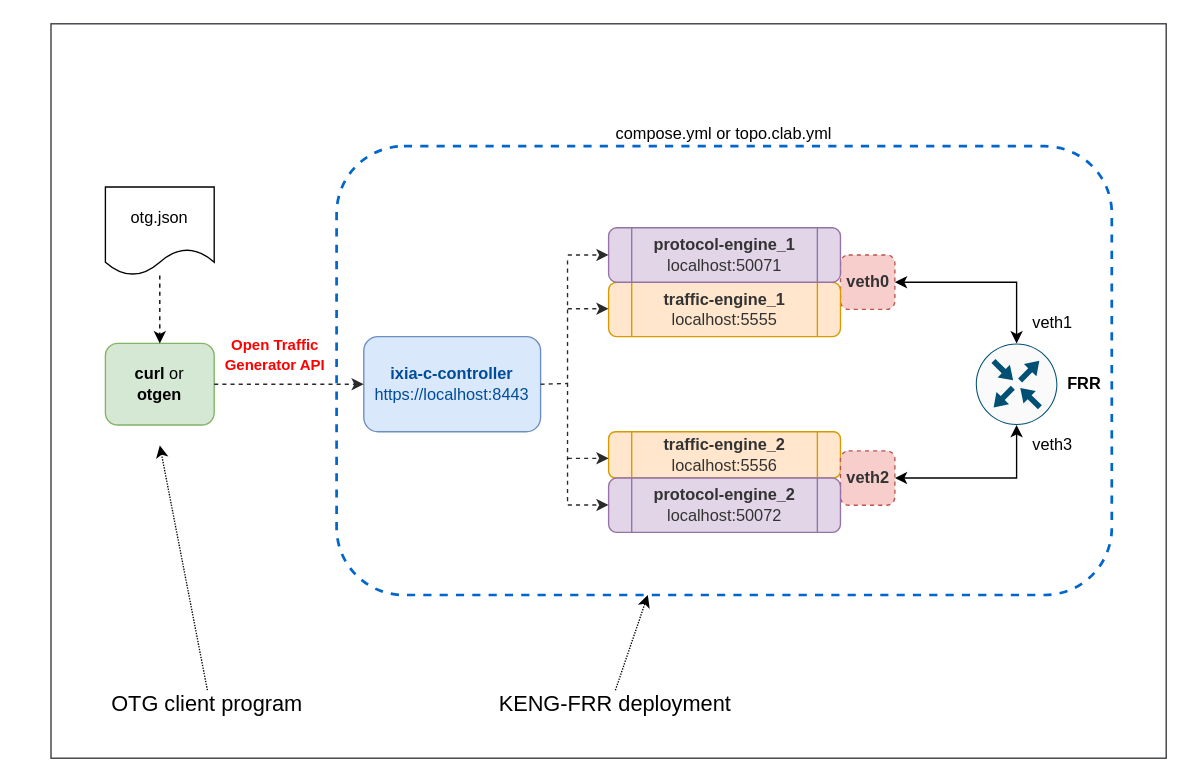
Before: page "cpdp-frr" (6 of 11) of drawio/otg-examples.drawio in open-traffic-generator/otg-examples, a draw.io diagram. Source tidied: cells renumbered, new cells numbered last; positions are measured from the earlier drawing's top-left corner, leaving out a move shared by most shapes. Both pictures are drawn from the tidied source at 136%, with x=0, y=0 at pixel (23, 23).
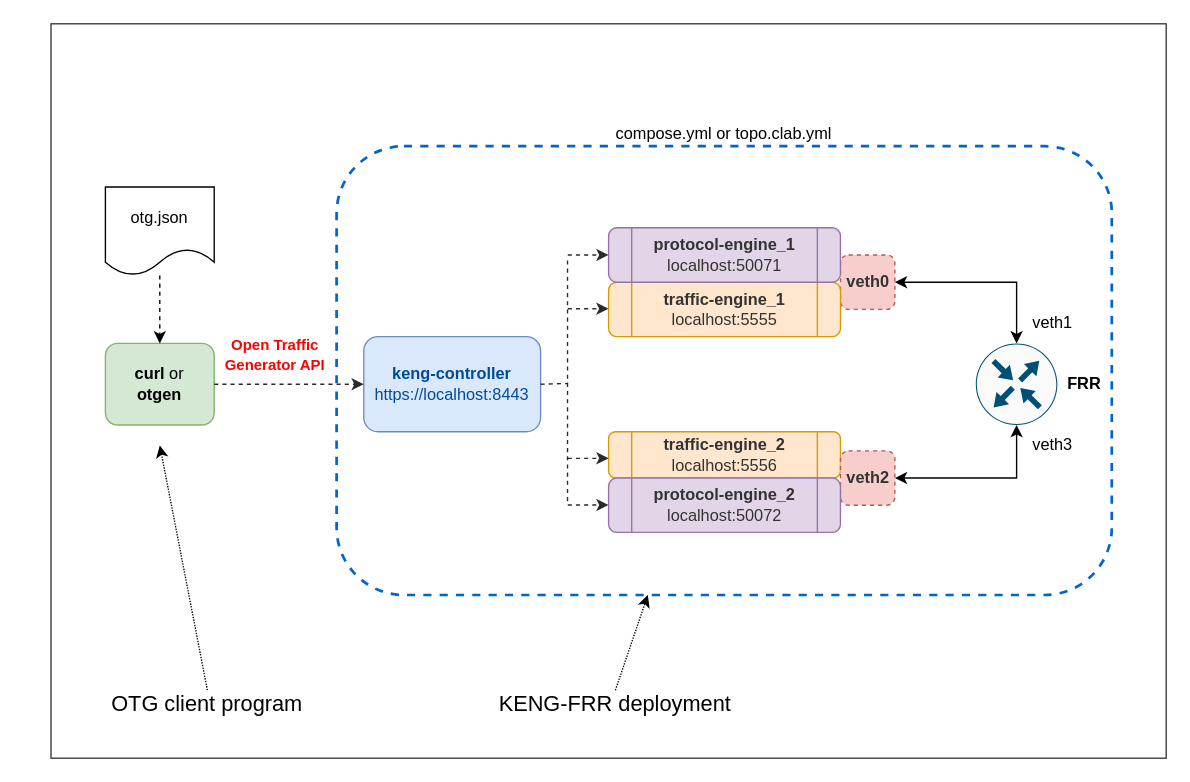
After the change.

Commit message (it also covers changes not shown here):
cpdp-frr diagram cleanup

Diff of the diagram source:
```diff
@@
-    <mxCell id="8" value="&lt;font style=&quot;&quot; color=&quot;#004c99&quot;&gt;&lt;b&gt;ixia-c-controller&lt;/b&gt;&lt;br&gt;https://localhost:8443&lt;br&gt;&lt;/font&gt;" style="rounded=1;whiteSpace=wrap;html=1;fillColor=#dae8fc;strokeColor=#6c8ebf;" parent="1" vertex="1">
+    <mxCell id="8" value="&lt;font style=&quot;&quot; color=&quot;#004c99&quot;&gt;&lt;b&gt;keng-controller&lt;/b&gt;&lt;br&gt;https://localhost:8443&lt;br&gt;&lt;/font&gt;" style="rounded=1;whiteSpace=wrap;html=1;fillColor=#dae8fc;strokeColor=#6c8ebf;" parent="1" vertex="1">
       <mxGeometry x="250" y="230" width="130" height="70" as="geometry" />
     </mxCell>
```
